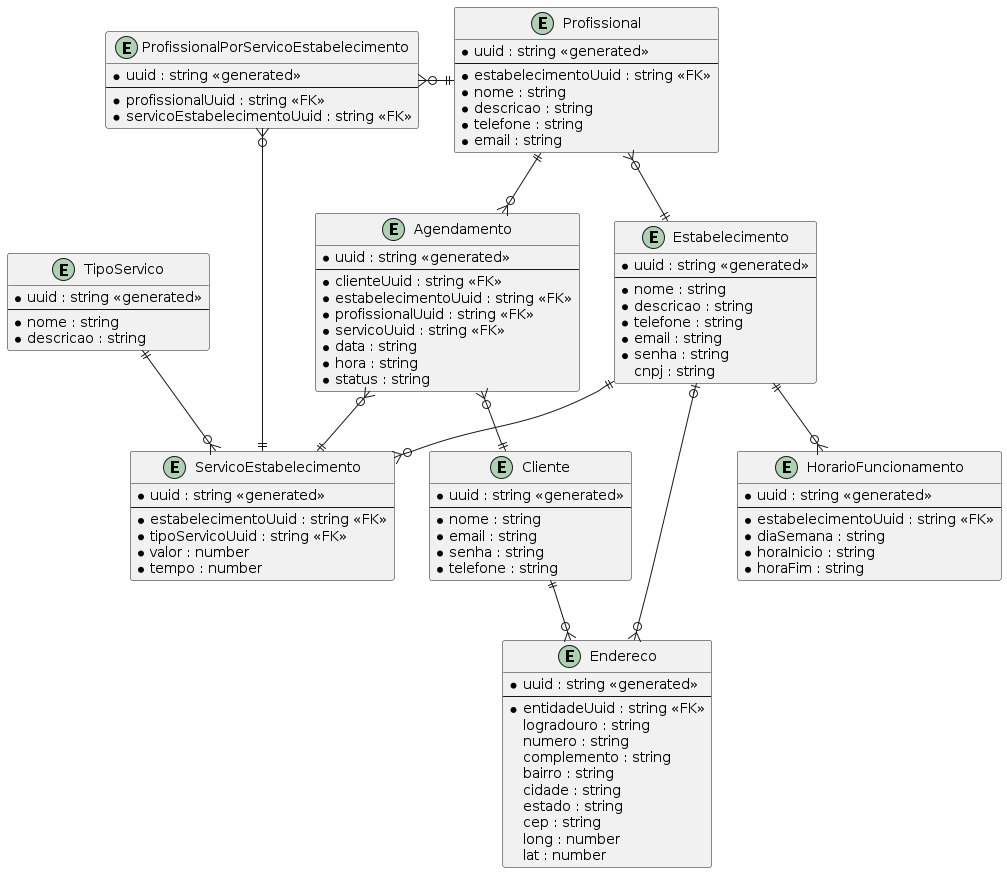
RenanLira-Aluno/projetoIntegrador-2 keeps this PlantUML diagram as out/modeloDeDados/modeloBD/BeatyOn.png. Above is the earlier version. The source it was exported from:
```plantuml
@startuml BeatyOn


entity Cliente {
    *uuid : string <<generated>>
    --
    *nome : string
    *email : string
    *senha : string
    *telefone : string
}

entity Endereco {
    *uuid : string <<generated>>
    --
    *entidadeUuid : string <<FK>>
    logradouro : string
    numero : string
    complemento : string
    bairro : string
    cidade : string
    estado : string
    cep : string
    long : number
    lat : number
}

entity Estabelecimento {
    *uuid : string <<generated>>
    --
    *nome : string
    *descricao : string
    *telefone : string
    *email : string
    *senha : string
    cnpj : string
}

entity TipoServico{
    *uuid : string <<generated>>
    --
    *nome : string
    *descricao : string
}

entity ServicoEstabelecimento{
    *uuid : string <<generated>>
    --
    *estabelecimentoUuid : string <<FK>>
    *tipoServicoUuid : string <<FK>>
    *valor : number
    *tempo : number
}

entity Agendamento{
    *uuid : string <<generated>>
    --
    *clienteUuid : string <<FK>>
    *estabelecimentoUuid : string <<FK>>
    *profissionalUuid : string <<FK>>
    *servicoUuid : string <<FK>>
    *data : string
    *hora : string
    *status : string
}

entity HorarioFuncionamento{
    *uuid : string <<generated>>
    --
    *estabelecimentoUuid : string <<FK>>
    *diaSemana : string
    *horaInicio : string
    *horaFim : string
}

entity Profissional{
    *uuid : string <<generated>>
    --
    *estabelecimentoUuid : string <<FK>>
    *nome : string
    *descricao : string
    *telefone : string
    *email : string
}

entity ProfissionalPorServicoEstabelecimento{
    *uuid : string <<generated>>
    --
    *profissionalUuid : string <<FK>>
    *servicoEstabelecimentoUuid : string <<FK>>
}


Agendamento }o-up-|| Profissional
Agendamento }o--|| ServicoEstabelecimento
Agendamento }o--|| Cliente
Estabelecimento |o--o{ Endereco
Estabelecimento ||-up-o{ Profissional
Estabelecimento ||--o{ ServicoEstabelecimento

Cliente ||--o{ Endereco
TipoServico ||--o{ ServicoEstabelecimento
Estabelecimento ||--o{ HorarioFuncionamento
Profissional ||-left-o{ ProfissionalPorServicoEstabelecimento
ServicoEstabelecimento ||--o{ ProfissionalPorServicoEstabelecimento


@enduml
```
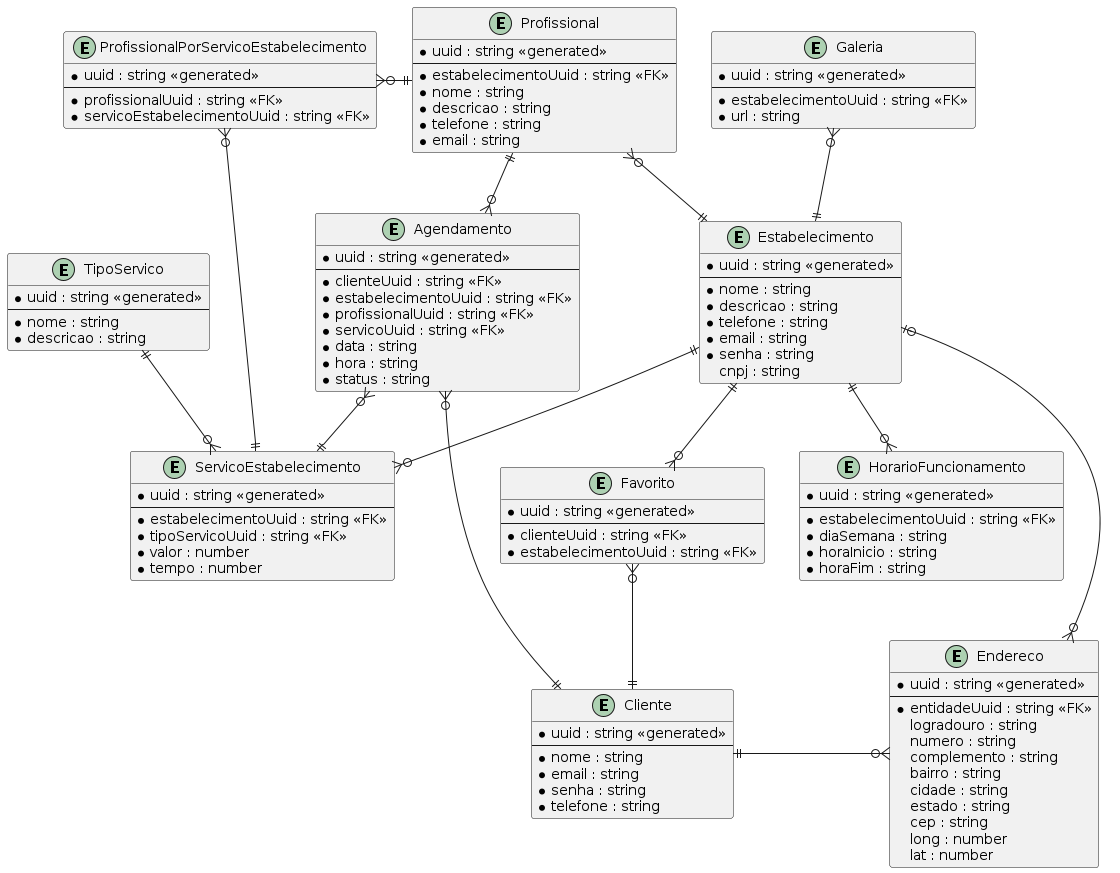
Above is the later version.

The edit, as a diff of the source:
```diff
@@ -90,15 +90,31 @@
     *servicoEstabelecimentoUuid : string <<FK>>
 }
 
+entity Favorito{
+    *uuid : string <<generated>>
+    --
+    *clienteUuid : string <<FK>>
+    *estabelecimentoUuid : string <<FK>>
+}
 
+entity Galeria {
+    *uuid : string <<generated>>
+    --
+    *estabelecimentoUuid : string <<FK>>
+    *url : string
+}
+
+Cliente ||-up-o{ Favorito
+Estabelecimento ||-down-o{ Favorito
+Estabelecimento ||-up-o{ Galeria
 Agendamento }o-up-|| Profissional
 Agendamento }o--|| ServicoEstabelecimento
 Agendamento }o--|| Cliente
-Estabelecimento |o--o{ Endereco
+Estabelecimento |o-down-o{ Endereco
 Estabelecimento ||-up-o{ Profissional
 Estabelecimento ||--o{ ServicoEstabelecimento
 
-Cliente ||--o{ Endereco
+Cliente ||-right-o{ Endereco
 TipoServico ||--o{ ServicoEstabelecimento
 Estabelecimento ||--o{ HorarioFuncionamento
 Profissional ||-left-o{ ProfissionalPorServicoEstabelecimento
```
